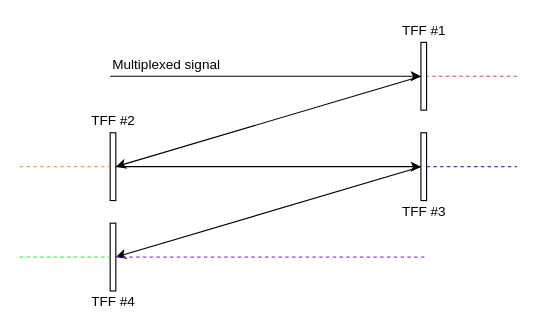
Above: demultiplexer.drawio in souffe/mocn (draw.io), before the change. Source tidied: cells renumbered, new cells numbered last; positions are measured from the earlier drawing's top-left corner, leaving out a move shared by most shapes. Both pictures are drawn from the tidied source at 113%, with x=0, y=0 at pixel (19, 19).
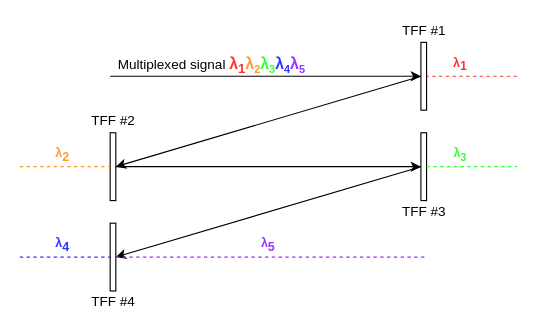
After the change.

Commit message (it also covers changes not shown here):
Add bibliography, expand description of EONs, update demultiplexer pic, add flexigrid pic

The change refers to these unchanged cells:
```xml
<mxCell id="5" style="rounded=0;whiteSpace=wrap;html=1;" parent="1" vertex="1">
  <mxGeometry x="355" y="100" width="5" height="60" as="geometry" />
</mxCell>
<mxCell id="6" style="rounded=0;whiteSpace=wrap;html=1;" parent="1" vertex="1">
  <mxGeometry x="80" y="180" width="5" height="60" as="geometry" />
</mxCell>
```

Diff of the diagram source:
```diff
@@
-    <mxCell id="13" style="endArrow=none;dashed=1;html=1;exitX=1;exitY=0.5;exitDx=0;exitDy=0;fillColor=#dae8fc;strokeColor=#3333FF;" parent="1" edge="1" source="5">
+    <mxCell id="13" style="endArrow=none;dashed=1;html=1;exitX=1;exitY=0.5;exitDx=0;exitDy=0;fillColor=#dae8fc;strokeColor=#33ff33;" parent="1" edge="1" source="5">
       <mxGeometry relative="1" as="geometry">
         <mxPoint x="440" y="130" as="targetPoint" />
       </mxGeometry>
     </mxCell>
-    <mxCell id="14" style="endArrow=none;dashed=1;html=1;entryX=0;entryY=0.5;entryDx=0;entryDy=0;fillColor=#d5e8d4;strokeColor=#33FF33;" parent="1" edge="1" target="6">
+    <mxCell id="14" style="endArrow=none;dashed=1;html=1;entryX=0;entryY=0.5;entryDx=0;entryDy=0;fillColor=#d5e8d4;strokeColor=#3333ff;" parent="1" edge="1" target="6">
       <mxGeometry relative="1" as="geometry">
         <mxPoint y="210" as="sourcePoint" />
       </mxGeometry>
     </mxCell>
-    <mxCell id="15" value="Multiplexed signal" style="text;html=1;strokeColor=none;fillColor=none;align=center;verticalAlign=middle;whiteSpace=wrap;rounded=0;" parent="1" vertex="1">
-      <mxGeometry x="80" y="30" width="100" height="20" as="geometry" />
+    <mxCell id="15" value="Multiplexed signal&amp;nbsp;&lt;b style=&quot;font-family: sans-serif ; font-size: 14px ; background-color: rgb(255 , 255 , 255)&quot;&gt;&lt;font color=&quot;#ff3333&quot;&gt;λ&lt;sub&gt;1&lt;/sub&gt;&lt;/font&gt;&lt;/b&gt;&lt;font color=&quot;#ff9933&quot;&gt;&lt;b style=&quot;font-family: sans-serif ; font-size: 14px ; background-color: rgb(255 , 255 , 255)&quot;&gt;λ&lt;/b&gt;&lt;b style=&quot;font-family: sans-serif ; background-color: rgb(255 , 255 , 255) ; font-size: 11.6667px&quot;&gt;&lt;sub&gt;2&lt;/sub&gt;&lt;/b&gt;&lt;/font&gt;&lt;b style=&quot;color: rgb(51 , 255 , 51) ; font-family: sans-serif ; font-size: 14px ; background-color: rgb(255 , 255 , 255)&quot;&gt;λ&lt;/b&gt;&lt;b style=&quot;color: rgb(51 , 255 , 51) ; font-family: sans-serif ; background-color: rgb(255 , 255 , 255) ; font-size: 11.6667px&quot;&gt;&lt;sub&gt;3&lt;/sub&gt;&lt;/b&gt;&lt;font color=&quot;#3333ff&quot;&gt;&lt;b style=&quot;font-family: sans-serif ; font-size: 14px ; background-color: rgb(255 , 255 , 255)&quot;&gt;λ&lt;/b&gt;&lt;b style=&quot;font-family: sans-serif ; background-color: rgb(255 , 255 , 255) ; font-size: 11.6667px&quot;&gt;&lt;sub&gt;4&lt;/sub&gt;&lt;/b&gt;&lt;/font&gt;&lt;font color=&quot;#9933ff&quot;&gt;&lt;b style=&quot;font-family: sans-serif ; font-size: 14px ; background-color: rgb(255 , 255 , 255)&quot;&gt;λ&lt;/b&gt;&lt;b style=&quot;font-family: sans-serif ; background-color: rgb(255 , 255 , 255) ; font-size: 11.6667px&quot;&gt;&lt;sub&gt;5&lt;/sub&gt;&lt;/b&gt;&lt;/font&gt;" style="text;html=1;strokeColor=none;fillColor=none;align=center;verticalAlign=middle;whiteSpace=wrap;rounded=0;" parent="1" vertex="1">
+      <mxGeometry x="80" y="30" width="180" height="20" as="geometry" />
     </mxCell>
@@
+    <mxCell id="20" value="&lt;b style=&quot;font-family: sans-serif; font-size: 11px;&quot;&gt;λ&lt;sub style=&quot;font-size: 11px;&quot;&gt;1&lt;/sub&gt;&lt;/b&gt;" style="text;html=1;strokeColor=none;fillColor=none;align=center;verticalAlign=middle;whiteSpace=wrap;rounded=0;fontColor=#FF3333;labelBackgroundColor=#ffffff;fontSize=11;" parent="1" vertex="1">
+      <mxGeometry x="370" y="30" width="40" height="20" as="geometry" />
+    </mxCell>
+    <mxCell id="21" value="&lt;font style=&quot;font-size: 11px&quot;&gt;&lt;b style=&quot;font-family: sans-serif ; font-size: 11px ; background-color: rgb(255 , 255 , 255)&quot;&gt;λ&lt;sub&gt;3&lt;br&gt;&lt;/sub&gt;&lt;/b&gt;&lt;/font&gt;" style="text;html=1;strokeColor=none;fillColor=none;align=center;verticalAlign=middle;whiteSpace=wrap;rounded=0;fontColor=#33ff33;fontSize=11;" parent="1" vertex="1">
+      <mxGeometry x="370" y="110" width="40" height="20" as="geometry" />
+    </mxCell>
+    <mxCell id="22" value="&lt;b style=&quot;font-family: sans-serif; font-size: 11px; background-color: rgb(255, 255, 255);&quot;&gt;λ&lt;/b&gt;&lt;b style=&quot;font-family: sans-serif; background-color: rgb(255, 255, 255); font-size: 11px;&quot;&gt;&lt;sub style=&quot;font-size: 11px;&quot;&gt;5&lt;/sub&gt;&lt;/b&gt;" style="text;html=1;strokeColor=none;fillColor=none;align=center;verticalAlign=middle;whiteSpace=wrap;rounded=0;fontColor=#9933ff;fontSize=11;" parent="1" vertex="1">
+      <mxGeometry x="200" y="190" width="40" height="20" as="geometry" />
+    </mxCell>
+    <mxCell id="23" value="&lt;b style=&quot;font-family: sans-serif; font-size: 11px; background-color: rgb(255, 255, 255);&quot;&gt;λ&lt;/b&gt;&lt;b style=&quot;font-family: sans-serif; background-color: rgb(255, 255, 255); font-size: 11px;&quot;&gt;&lt;sub style=&quot;font-size: 11px;&quot;&gt;2&lt;br style=&quot;font-size: 11px;&quot;&gt;&lt;/sub&gt;&lt;/b&gt;" style="text;html=1;strokeColor=none;fillColor=none;align=center;verticalAlign=middle;whiteSpace=wrap;rounded=0;fontColor=#FF9933;fontSize=11;" parent="1" vertex="1">
+      <mxGeometry x="17.5" y="110" width="40" height="20" as="geometry" />
+    </mxCell>
+    <mxCell id="24" value="&lt;b style=&quot;font-family: sans-serif; font-size: 11px; background-color: rgb(255, 255, 255);&quot;&gt;λ&lt;/b&gt;&lt;b style=&quot;font-family: sans-serif; background-color: rgb(255, 255, 255); font-size: 11px;&quot;&gt;&lt;sub style=&quot;font-size: 11px;&quot;&gt;4&lt;/sub&gt;&lt;/b&gt;" style="text;html=1;strokeColor=none;fillColor=none;align=center;verticalAlign=middle;whiteSpace=wrap;rounded=0;fontColor=#3333ff;fontSize=11;" parent="1" vertex="1">
+      <mxGeometry x="17.5" y="190" width="40" height="20" as="geometry" />
+    </mxCell>
```
